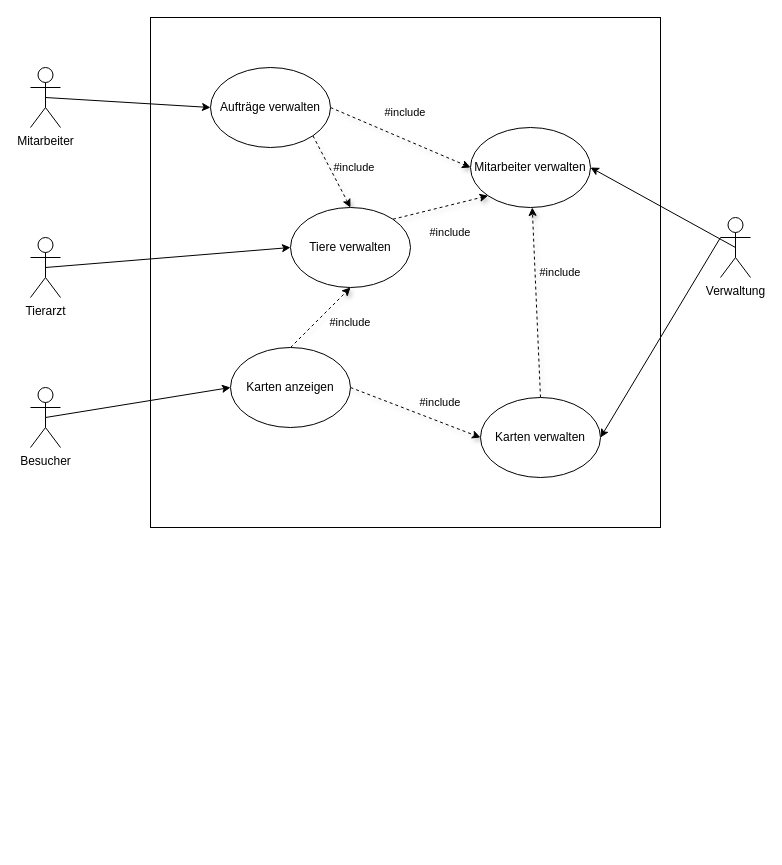
Before: files/Software Engineering/aufgaben/ElementorientierterAnsatzZooverwaltung.drawio in Fabiann2205/DHBW-Semester3, a draw.io diagram. Source tidied: cells renumbered, new cells numbered last; positions are measured from the earlier drawing's top-left corner, leaving out a move shared by most shapes. Both pictures are drawn from the tidied source at 100%, with x=0, y=0 at pixel (30, 17).
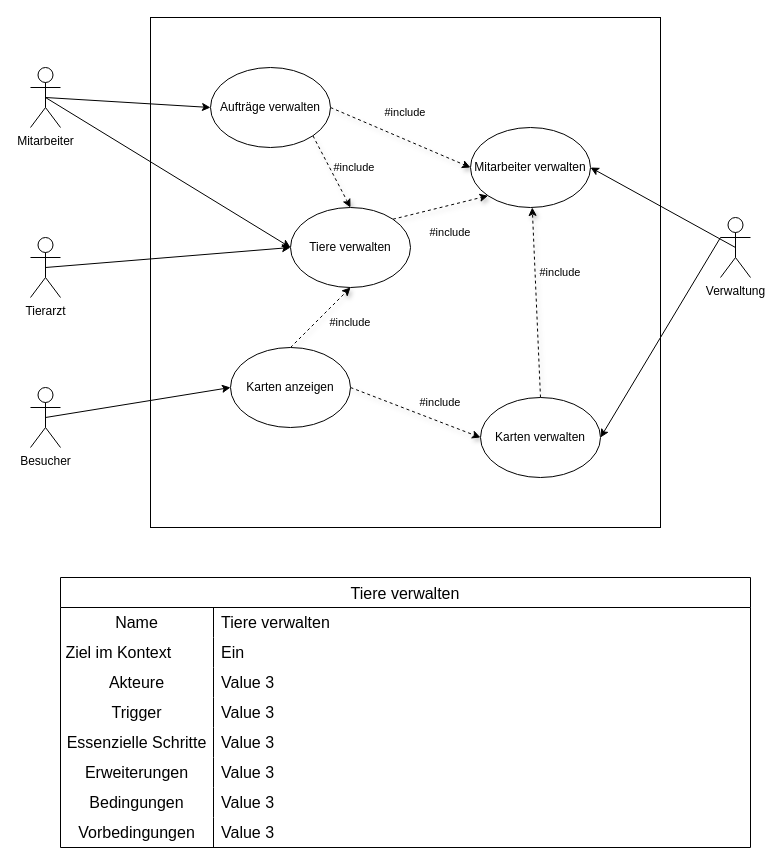
The same diagram, later.

The change refers to these unchanged cells:
```xml
<mxCell id="7" value="Mitarbeiter" style="shape=umlActor;verticalLabelPosition=bottom;verticalAlign=top;html=1;outlineConnect=0;" parent="1" vertex="1">
  <mxGeometry y="50" width="30" height="60" as="geometry" />
</mxCell>
<mxCell id="17" value="Tiere verwalten" style="ellipse;whiteSpace=wrap;html=1;" parent="1" vertex="1">
  <mxGeometry x="260" y="190" width="120" height="80" as="geometry" />
</mxCell>
```

Change to the diagram source:
```diff
@@
+    <mxCell id="29" style="rounded=0;jettySize=auto;html=1;exitX=0.5;exitY=0.5;exitDx=0;exitDy=0;exitPerimeter=0;entryX=0;entryY=0.5;entryDx=0;entryDy=0;" parent="1" edge="1" source="7" target="17">
+      <mxGeometry relative="1" as="geometry" />
+    </mxCell>
@@
+    <mxCell id="30" value="Tiere verwalten" style="shape=table;startSize=30;childLayout=tableLayout;rowLines=0;fontStyle=0;strokeColor=default;fontSize=16;" parent="1" vertex="1">
+      <mxGeometry x="30" y="560" width="690" height="270" as="geometry" />
+    </mxCell>
+    <mxCell id="31" style="shape=tableRow;horizontal=0;startSize=0;swimlaneHead=0;swimlaneBody=0;top=0;left=0;bottom=0;right=0;fillColor=none;strokeColor=inherit;fontSize=16;" parent="30" vertex="1">
+      <mxGeometry y="30" width="690" height="30" as="geometry" />
+    </mxCell>
+    <mxCell id="32" value="Name" style="shape=partialRectangle;html=1;whiteSpace=wrap;fillColor=none;top=0;left=0;bottom=0;right=0;overflow=hidden;strokeColor=inherit;fontSize=16;" parent="31" vertex="1">
+      <mxGeometry width="153" height="30" as="geometry" />
+    </mxCell>
+    <mxCell id="33" value="Tiere verwalten" style="shape=partialRectangle;html=1;whiteSpace=wrap;fillColor=none;top=0;left=0;bottom=0;right=0;align=left;spacingLeft=6;overflow=hidden;strokeColor=inherit;fontSize=16;" parent="31" vertex="1">
+      <mxGeometry x="153" width="537" height="30" as="geometry" />
+    </mxCell>
+    <mxCell id="34" style="shape=tableRow;horizontal=0;startSize=0;swimlaneHead=0;swimlaneBody=0;top=0;left=0;bottom=0;right=0;fillColor=none;strokeColor=inherit;fontSize=16;" parent="30" vertex="1">
+      <mxGeometry y="60" width="690" height="30" as="geometry" />
+    </mxCell>
+    <mxCell id="35" value="Ziel im Kontext&lt;span style=&quot;white-space: pre;&quot;&gt;&#9;&lt;/span&gt;" style="shape=partialRectangle;html=1;whiteSpace=wrap;fillColor=none;top=0;left=0;bottom=0;right=0;overflow=hidden;strokeColor=inherit;fontSize=16;" parent="34" vertex="1">
+      <mxGeometry width="153" height="30" as="geometry" />
+    </mxCell>
+    <mxCell id="36" value="Ein&amp;nbsp;" style="shape=partialRectangle;html=1;whiteSpace=wrap;fillColor=none;top=0;left=0;bottom=0;right=0;align=left;spacingLeft=6;overflow=hidden;strokeColor=inherit;fontSize=16;" parent="34" vertex="1">
+      <mxGeometry x="153" width="537" height="30" as="geometry" />
+    </mxCell>
+    <mxCell id="37" style="shape=tableRow;horizontal=0;startSize=0;swimlaneHead=0;swimlaneBody=0;top=0;left=0;bottom=0;right=0;fillColor=none;strokeColor=inherit;fontSize=16;" parent="30" vertex="1">
+      <mxGeometry y="90" width="690" height="30" as="geometry" />
+    </mxCell>
+    <mxCell id="38" value="Akteure" style="shape=partialRectangle;html=1;whiteSpace=wrap;fillColor=none;top=0;left=0;bottom=0;right=0;overflow=hidden;strokeColor=inherit;fontSize=16;" parent="37" vertex="1">
+      <mxGeometry width="153" height="30" as="geometry" />
+    </mxCell>
+    <mxCell id="39" value="Value 3" style="shape=partialRectangle;html=1;whiteSpace=wrap;fillColor=none;top=0;left=0;bottom=0;right=0;align=left;spacingLeft=6;overflow=hidden;strokeColor=inherit;fontSize=16;" parent="37" vertex="1">
+      <mxGeometry x="153" width="537" height="30" as="geometry" />
+    </mxCell>
+    <mxCell id="40" style="shape=tableRow;horizontal=0;startSize=0;swimlaneHead=0;swimlaneBody=0;top=0;left=0;bottom=0;right=0;fillColor=none;strokeColor=inherit;fontSize=16;" parent="30" vertex="1">
+      <mxGeometry y="120" width="690" height="30" as="geometry" />
+    </mxCell>
+    <mxCell id="41" value="Trigger" style="shape=partialRectangle;html=1;whiteSpace=wrap;fillColor=none;top=0;left=0;bottom=0;right=0;overflow=hidden;strokeColor=inherit;fontSize=16;" parent="40" vertex="1">
+      <mxGeometry width="153" height="30" as="geometry" />
+    </mxCell>
+    <mxCell id="42" value="Value 3" style="shape=partialRectangle;html=1;whiteSpace=wrap;fillColor=none;top=0;left=0;bottom=0;right=0;align=left;spacingLeft=6;overflow=hidden;strokeColor=inherit;fontSize=16;" parent="40" vertex="1">
+      <mxGeometry x="153" width="537" height="30" as="geometry" />
+    </mxCell>
+    <mxCell id="43" style="shape=tableRow;horizontal=0;startSize=0;swimlaneHead=0;swimlaneBody=0;top=0;left=0;bottom=0;right=0;fillColor=none;strokeColor=inherit;fontSize=16;" parent="30" vertex="1">
+      <mxGeometry y="150" width="690" height="30" as="geometry" />
+    </mxCell>
+    <mxCell id="44" value="Essenzielle Schritte" style="shape=partialRectangle;html=1;whiteSpace=wrap;fillColor=none;top=0;left=0;bottom=0;right=0;overflow=hidden;strokeColor=inherit;fontSize=16;" parent="43" vertex="1">
+      <mxGeometry width="153" height="30" as="geometry" />
+    </mxCell>
+    <mxCell id="45" value="Value 3" style="shape=partialRectangle;html=1;whiteSpace=wrap;fillColor=none;top=0;left=0;bottom=0;right=0;align=left;spacingLeft=6;overflow=hidden;strokeColor=inherit;fontSize=16;" parent="43" vertex="1">
+      <mxGeometry x="153" width="537" height="30" as="geometry" />
+    </mxCell>
+    <mxCell id="46" style="shape=tableRow;horizontal=0;startSize=0;swimlaneHead=0;swimlaneBody=0;top=0;left=0;bottom=0;right=0;fillColor=none;strokeColor=inherit;fontSize=16;" parent="30" vertex="1">
+      <mxGeometry y="180" width="690" height="30" as="geometry" />
+    </mxCell>
+    <mxCell id="47" value="Erweiterungen" style="shape=partialRectangle;html=1;whiteSpace=wrap;fillColor=none;top=0;left=0;bottom=0;right=0;overflow=hidden;strokeColor=inherit;fontSize=16;" parent="46" vertex="1">
+      <mxGeometry width="153" height="30" as="geometry" />
+    </mxCell>
+    <mxCell id="48" value="Value 3" style="shape=partialRectangle;html=1;whiteSpace=wrap;fillColor=none;top=0;left=0;bottom=0;right=0;align=left;spacingLeft=6;overflow=hidden;strokeColor=inherit;fontSize=16;" parent="46" vertex="1">
+      <mxGeometry x="153" width="537" height="30" as="geometry" />
+    </mxCell>
+    <mxCell id="49" style="shape=tableRow;horizontal=0;startSize=0;swimlaneHead=0;swimlaneBody=0;top=0;left=0;bottom=0;right=0;fillColor=none;strokeColor=inherit;fontSize=16;" parent="30" vertex="1">
+      <mxGeometry y="210" width="690" height="30" as="geometry" />
+    </mxCell>
+    <mxCell id="50" value="Bedingungen" style="shape=partialRectangle;html=1;whiteSpace=wrap;fillColor=none;top=0;left=0;bottom=0;right=0;overflow=hidden;strokeColor=inherit;fontSize=16;" parent="49" vertex="1">
+      <mxGeometry width="153" height="30" as="geometry" />
+    </mxCell>
+    <mxCell id="51" value="Value 3" style="shape=partialRectangle;html=1;whiteSpace=wrap;fillColor=none;top=0;left=0;bottom=0;right=0;align=left;spacingLeft=6;overflow=hidden;strokeColor=inherit;fontSize=16;" parent="49" vertex="1">
+      <mxGeometry x="153" width="537" height="30" as="geometry" />
+    </mxCell>
+    <mxCell id="52" style="shape=tableRow;horizontal=0;startSize=0;swimlaneHead=0;swimlaneBody=0;top=0;left=0;bottom=0;right=0;fillColor=none;strokeColor=inherit;fontSize=16;" parent="30" vertex="1">
+      <mxGeometry y="240" width="690" height="30" as="geometry" />
+    </mxCell>
+    <mxCell id="53" value="Vorbedingungen" style="shape=partialRectangle;html=1;whiteSpace=wrap;fillColor=none;top=0;left=0;bottom=0;right=0;overflow=hidden;strokeColor=inherit;fontSize=16;" parent="52" vertex="1">
+      <mxGeometry width="153" height="30" as="geometry" />
+    </mxCell>
+    <mxCell id="54" value="Value 3" style="shape=partialRectangle;html=1;whiteSpace=wrap;fillColor=none;top=0;left=0;bottom=0;right=0;align=left;spacingLeft=6;overflow=hidden;strokeColor=inherit;fontSize=16;" parent="52" vertex="1">
+      <mxGeometry x="153" width="537" height="30" as="geometry" />
+    </mxCell>
```
